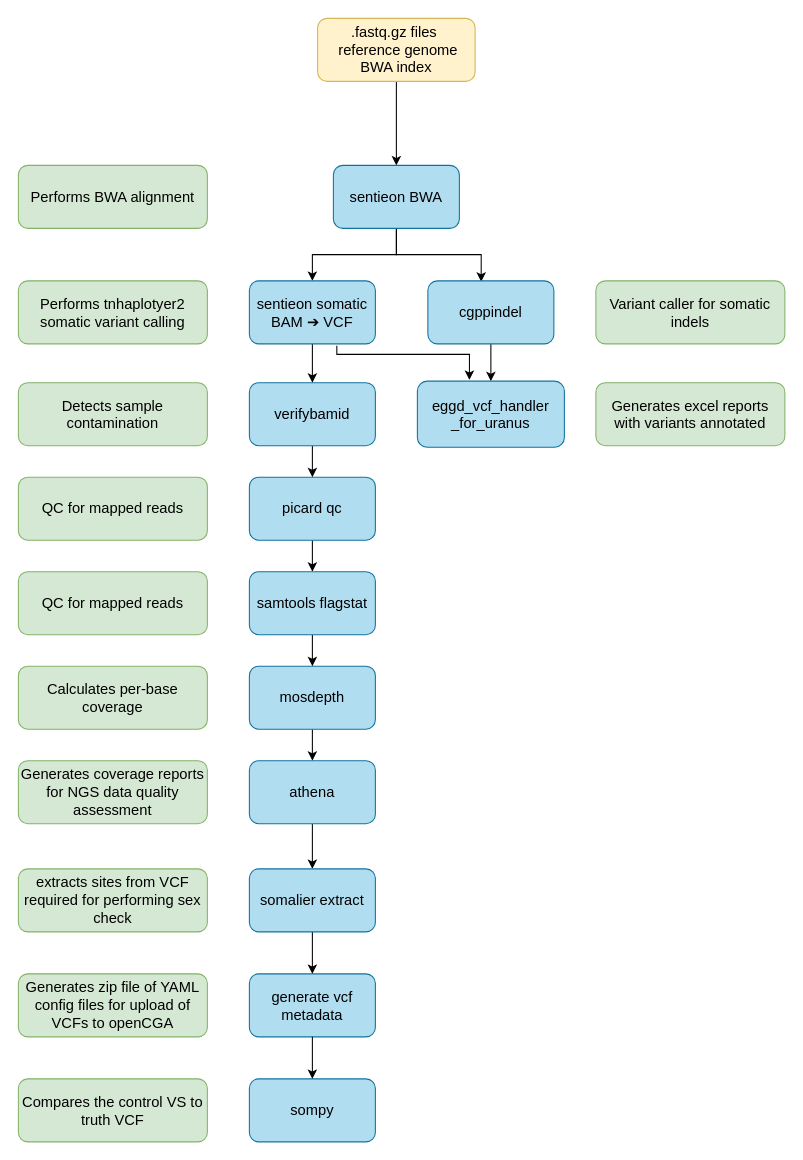
Above: images/workflow.drawio in eastgenomics/eggd_uranus_main_workflow (draw.io), before the change. Source tidied: cells renumbered, new cells numbered last; positions are measured from the earlier drawing's top-left corner, leaving out a move shared by most shapes. Both pictures are drawn from the tidied source at 105%, with x=0, y=0 at pixel (18, 18).
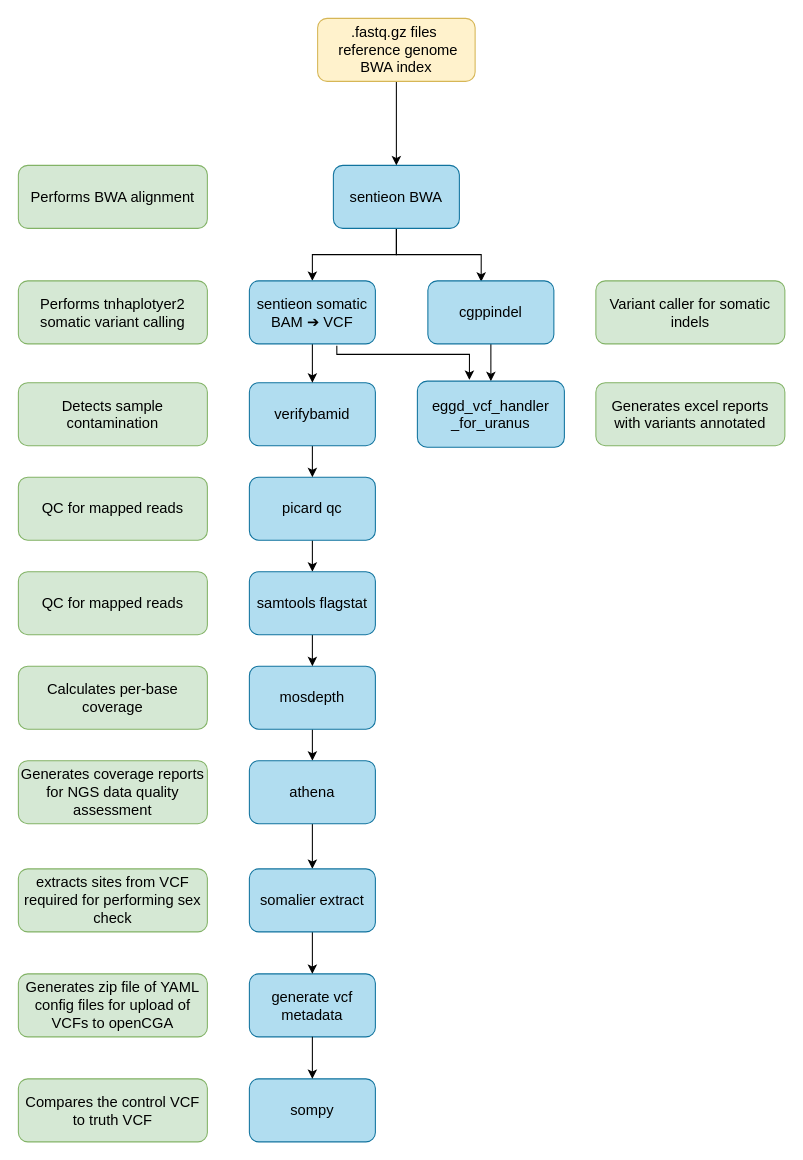
The same diagram, later.

Commit message (it also covers changes not shown here):
URA-186 fix typo

The edit, as a diff of the source:
```diff
@@
-    <mxCell id="38" value="&lt;font color=&quot;#000000&quot; style=&quot;font-size: 14px&quot;&gt;Compares the control VS to truth VCF&lt;/font&gt;" style="rounded=1;whiteSpace=wrap;html=1;fillColor=#d5e8d4;strokeColor=#82b366;fontSize=14;" parent="1" vertex="1">
+    <mxCell id="38" value="&lt;font color=&quot;#000000&quot; style=&quot;font-size: 14px&quot;&gt;Compares the control VCF to truth VCF&lt;/font&gt;" style="rounded=1;whiteSpace=wrap;html=1;fillColor=#d5e8d4;strokeColor=#82b366;fontSize=14;" parent="1" vertex="1">
       <mxGeometry y="1010" width="180" height="60" as="geometry" />
     </mxCell>
```
